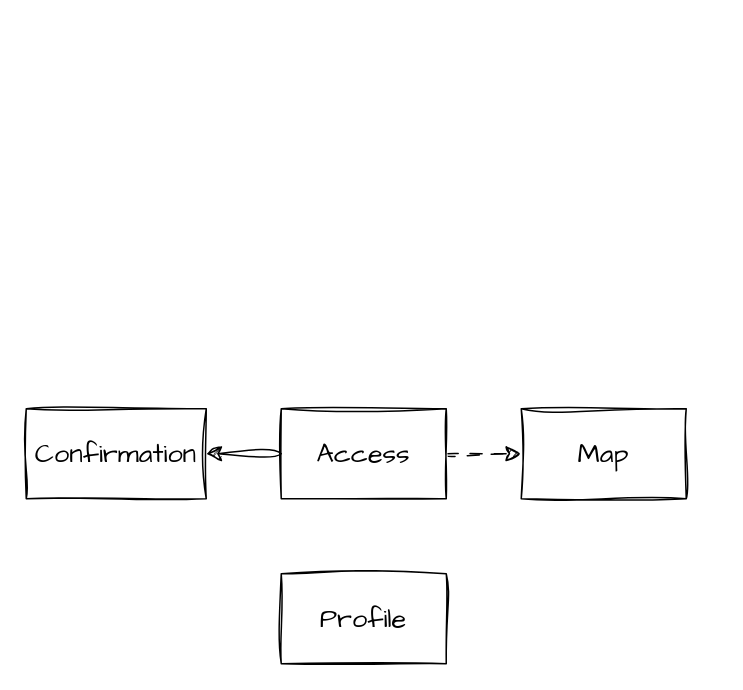
The draw.io diagram assets/application-relationship-map/diagram.drawio in TheArtur128/ToDo, before the edit. Source tidied: cells renumbered, new cells numbered last; positions are measured from the earlier drawing's top-left corner, leaving out a move shared by most shapes. Both pictures are drawn from the tidied source at 150%, with x=0, y=0 at pixel (26, 408).
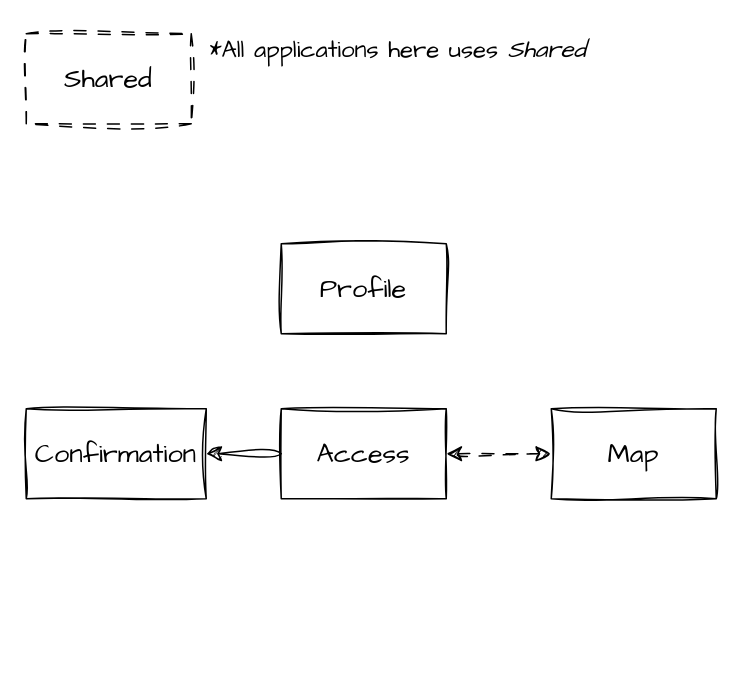
After the change.

Diff of the diagram source:
```diff
@@
 <mxGraphModel>
   <root>
     <mxCell id="0" />
     <mxCell id="1" parent="0" />
     <mxCell id="2" style="edgeStyle=none;curved=1;sketch=1;hachureGap=4;jiggle=2;curveFitting=1;jettySize=auto;html=1;exitX=0;exitY=0.5;exitDx=0;exitDy=0;entryX=1;entryY=0.5;entryDx=0;entryDy=0;fontSize=12;startSize=8;endSize=8;" parent="1" edge="1" source="4" target="5">
       <mxGeometry relative="1" as="geometry" />
     </mxCell>
-    <mxCell id="3" style="edgeStyle=none;curved=1;sketch=1;hachureGap=4;jiggle=2;curveFitting=1;jettySize=auto;html=1;exitX=1;exitY=0.5;exitDx=0;exitDy=0;entryX=0;entryY=0.5;entryDx=0;entryDy=0;fontSize=12;startSize=8;endSize=8;dashed=1;dashPattern=8 8;" parent="1" edge="1" source="4" target="6">
+    <mxCell id="3" style="edgeStyle=none;curved=1;sketch=1;hachureGap=4;jiggle=2;curveFitting=1;jettySize=auto;html=1;exitX=1;exitY=0.5;exitDx=0;exitDy=0;entryX=0;entryY=0.5;entryDx=0;entryDy=0;fontSize=12;startSize=8;endSize=8;dashed=1;dashPattern=8 8;startArrow=classic;startFill=1;" parent="1" edge="1" source="4" target="6">
       <mxGeometry relative="1" as="geometry" />
     </mxCell>
     <mxCell id="4" value="Access" style="rounded=0;whiteSpace=wrap;html=1;sketch=1;hachureGap=4;jiggle=2;curveFitting=1;fontSize=18;fontFamily=Architects Daughter;" parent="1" vertex="1">
       <mxGeometry x="170" width="110" height="60" as="geometry" />
     </mxCell>
     <mxCell id="5" value="Confirmation" style="rounded=0;whiteSpace=wrap;html=1;sketch=1;hachureGap=4;jiggle=2;curveFitting=1;fontSize=18;fontFamily=Architects Daughter;" parent="1" vertex="1">
       <mxGeometry width="120" height="60" as="geometry" />
     </mxCell>
     <mxCell id="6" value="Map" style="rounded=0;whiteSpace=wrap;html=1;sketch=1;hachureGap=4;jiggle=2;curveFitting=1;fontSize=18;fontFamily=Architects Daughter;" parent="1" vertex="1">
-      <mxGeometry x="330" width="110" height="60" as="geometry" />
+      <mxGeometry x="350" width="110" height="60" as="geometry" />
     </mxCell>
     <mxCell id="7" value="Profile" style="rounded=0;whiteSpace=wrap;html=1;sketch=1;hachureGap=4;jiggle=2;curveFitting=1;fontSize=18;fontFamily=Architects Daughter;" parent="1" vertex="1">
-      <mxGeometry x="170" y="110" width="110" height="60" as="geometry" />
+      <mxGeometry x="170" y="-110" width="110" height="60" as="geometry" />
     </mxCell>
+    <mxCell id="8" style="group;" parent="1" vertex="1">
+      <mxGeometry y="-255" width="416" height="65" as="geometry" />
+    </mxCell>
+    <mxCell id="9" value="Shared" style="rounded=0;whiteSpace=wrap;html=1;sketch=1;hachureGap=4;jiggle=2;curveFitting=1;fontSize=18;fontFamily=Architects Daughter;dashed=1;dashPattern=8 8;" parent="8" vertex="1">
+      <mxGeometry y="5" width="110" height="60" as="geometry" />
+    </mxCell>
+    <mxCell id="10" value="*All applications here uses &lt;i&gt;Shared&lt;/i&gt;" style="text;html=1;align=center;verticalAlign=middle;whiteSpace=wrap;rounded=0;fontSize=16;fontFamily=Architects Daughter;" parent="8" vertex="1">
+      <mxGeometry x="120" y="1" width="256" height="30" as="geometry" />
+    </mxCell>
   </root>
 </mxGraphModel>
```
